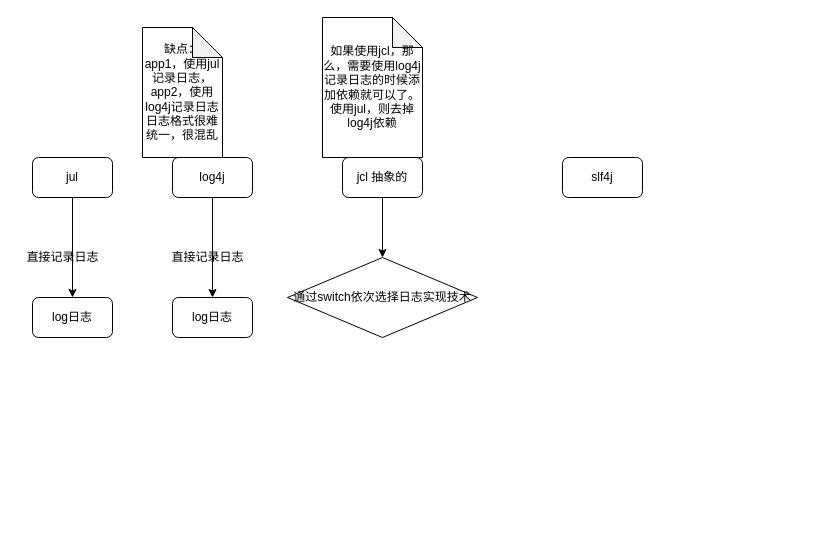
Before: 日志框架.drawio in Joelovealonge/note, a draw.io diagram. Source tidied: cells renumbered, new cells numbered last; positions are measured from the earlier drawing's top-left corner, leaving out a move shared by most shapes. Both pictures are drawn from the tidied source at 100%, with x=0, y=0 at pixel (17, 17).
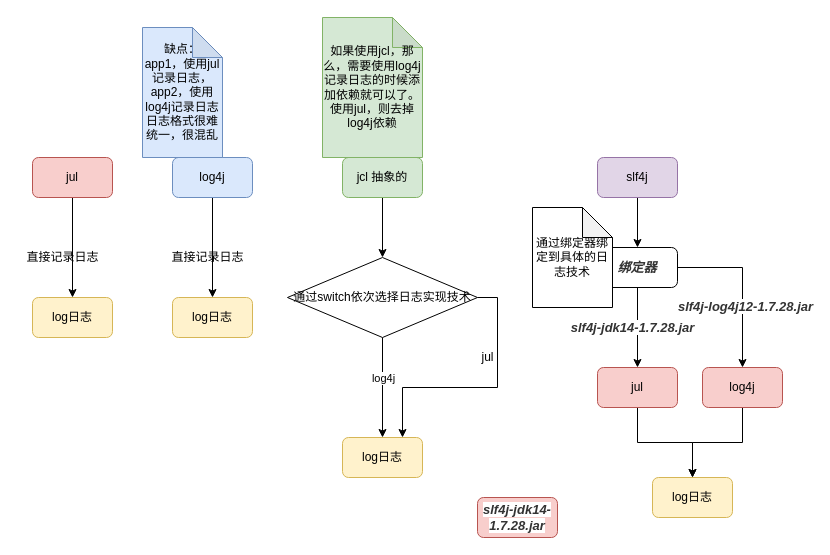
The same page after the edit.

Commit message (it also covers changes not shown here):
更新日志框架.drawio

Unchanged cells that the change refers to:
```xml
<mxCell id="12" value="通过switch依次选择日志实现技术" style="rhombus;whiteSpace=wrap;html=1;" parent="1" vertex="1">
  <mxGeometry x="270" y="240" width="190" height="80" as="geometry" />
</mxCell>
```

What changed in the source:
```diff
@@
-    <mxCell id="3" value="jul" style="rounded=1;whiteSpace=wrap;html=1;" parent="1" vertex="1">
+    <mxCell id="3" value="jul" style="rounded=1;whiteSpace=wrap;html=1;fillColor=#f8cecc;strokeColor=#b85450;" parent="1" vertex="1">
       <mxGeometry x="15" y="140" width="80" height="40" as="geometry" />
     </mxCell>
@@
+    <mxCell id="16" style="edgeStyle=orthogonalEdgeStyle;rounded=0;jettySize=auto;html=1;fillColor=#d5e8d4;strokeColor=#82b366;" parent="1" edge="1" source="5" target="14">
+      <mxGeometry relative="1" as="geometry" />
+    </mxCell>
-    <mxCell id="5" value="jcl 抽象的" style="rounded=1;whiteSpace=wrap;html=1;" parent="1" vertex="1">
+    <mxCell id="5" value="jcl 抽象的" style="rounded=1;whiteSpace=wrap;html=1;fillColor=#d5e8d4;strokeColor=#82b366;" parent="1" vertex="1">
       <mxGeometry x="325" y="140" width="80" height="40" as="geometry" />
     </mxCell>
@@
-    <mxCell id="7" value="log4j" style="rounded=1;whiteSpace=wrap;html=1;" parent="1" vertex="1">
+    <mxCell id="7" value="log4j" style="rounded=1;whiteSpace=wrap;html=1;fillColor=#dae8fc;strokeColor=#6c8ebf;" parent="1" vertex="1">
       <mxGeometry x="155" y="140" width="80" height="40" as="geometry" />
     </mxCell>
-    <mxCell id="8" value="log日志" style="rounded=1;whiteSpace=wrap;html=1;" parent="1" vertex="1">
+    <mxCell id="8" value="log日志" style="rounded=1;whiteSpace=wrap;html=1;fillColor=#fff2cc;strokeColor=#d6b656;" parent="1" vertex="1">
       <mxGeometry x="15" y="280" width="80" height="40" as="geometry" />
     </mxCell>
-    <mxCell id="9" value="log日志" style="rounded=1;whiteSpace=wrap;html=1;" parent="1" vertex="1">
+    <mxCell id="9" value="log日志" style="rounded=1;whiteSpace=wrap;html=1;fillColor=#fff2cc;strokeColor=#d6b656;" parent="1" vertex="1">
       <mxGeometry x="155" y="280" width="80" height="40" as="geometry" />
     </mxCell>
@@
+    <mxCell id="17" style="edgeStyle=orthogonalEdgeStyle;rounded=0;jettySize=auto;html=1;" parent="1" edge="1" source="12" target="28">
+      <mxGeometry relative="1" as="geometry" />
+    </mxCell>
+    <mxCell id="18" value="log4j" style="edgeLabel;html=1;align=center;verticalAlign=middle;" parent="17" vertex="1">
+      <mxGeometry x="-0.21" relative="1" as="geometry" />
+    </mxCell>
+    <mxCell id="19" style="edgeStyle=orthogonalEdgeStyle;rounded=0;jettySize=auto;html=1;entryX=0.75;entryY=0;entryDx=0;entryDy=0;exitX=1;exitY=0.5;exitDx=0;exitDy=0;" parent="1" edge="1" source="12" target="28">
+      <mxGeometry relative="1" as="geometry" />
+    </mxCell>
@@
-    <mxCell id="13" value="缺点：&lt;br&gt;app1，使用jul记录日志，&lt;br&gt;app2，使用log4j记录日志&lt;br&gt;日志格式很难统一，很混乱" style="shape=note;whiteSpace=wrap;html=1;backgroundOutline=1;darkOpacity=0.05;" parent="1" vertex="1">
+    <mxCell id="13" value="缺点：&lt;br&gt;app1，使用jul记录日志，&lt;br&gt;app2，使用log4j记录日志&lt;br&gt;日志格式很难统一，很混乱" style="shape=note;whiteSpace=wrap;html=1;backgroundOutline=1;darkOpacity=0.05;fillColor=#dae8fc;strokeColor=#6c8ebf;" parent="1" vertex="1">
       <mxGeometry x="125" y="10" width="80" height="130" as="geometry" />
     </mxCell>
-    <mxCell id="14" value="如果使用jcl，那么，需要使用log4j记录日志的时候添加依赖就可以了。使用jul，则去掉log4j依赖" style="shape=note;whiteSpace=wrap;html=1;backgroundOutline=1;darkOpacity=0.05;" parent="1" vertex="1">
+    <mxCell id="14" value="如果使用jcl，那么，需要使用log4j记录日志的时候添加依赖就可以了。使用jul，则去掉log4j依赖" style="shape=note;whiteSpace=wrap;html=1;backgroundOutline=1;darkOpacity=0.05;fillColor=#d5e8d4;strokeColor=#82b366;" parent="1" vertex="1">
       <mxGeometry x="305" width="100" height="140" as="geometry" />
     </mxCell>
+    <mxCell id="20" style="edgeStyle=orthogonalEdgeStyle;rounded=0;jettySize=auto;html=1;entryX=0.5;entryY=0;entryDx=0;entryDy=0;" parent="1" edge="1" source="15" target="24">
+      <mxGeometry relative="1" as="geometry" />
+    </mxCell>
-    <mxCell id="15" value="slf4j" style="rounded=1;whiteSpace=wrap;html=1;" parent="1" vertex="1">
-      <mxGeometry x="545" y="140" width="80" height="40" as="geometry" />
+    <mxCell id="15" value="slf4j" style="rounded=1;whiteSpace=wrap;html=1;fillColor=#e1d5e7;strokeColor=#9673a6;" parent="1" vertex="1">
+      <mxGeometry x="580" y="140" width="80" height="40" as="geometry" />
     </mxCell>
+    <mxCell id="21" style="edgeStyle=orthogonalEdgeStyle;rounded=0;jettySize=auto;html=1;" parent="1" edge="1" source="24" target="26">
+      <mxGeometry relative="1" as="geometry" />
+    </mxCell>
+    <mxCell id="22" style="edgeStyle=orthogonalEdgeStyle;rounded=0;jettySize=auto;html=1;" parent="1" edge="1" source="24" target="32">
+      <mxGeometry relative="1" as="geometry" />
+    </mxCell>
+    <mxCell id="23" value="&lt;em style=&quot;color: rgb(51 , 51 , 51) ; font-family: &amp;#34;verdana&amp;#34; , &amp;#34;arial&amp;#34; , , sans-serif ; font-size: small ; font-weight: 700&quot;&gt;slf4j-log4j12-1.7.28.jar&lt;/em&gt;" style="edgeLabel;html=1;align=center;verticalAlign=middle;" parent="22" vertex="1">
+      <mxGeometry x="0.25" y="2" relative="1" as="geometry" />
+    </mxCell>
+    <mxCell id="24" value="&lt;em style=&quot;color: rgb(51 , 51 , 51) ; font-family: &amp;#34;verdana&amp;#34; , &amp;#34;arial&amp;#34; , , sans-serif ; font-size: small ; font-weight: 700 ; background-color: rgb(255 , 255 , 255)&quot;&gt;绑定器&lt;/em&gt;" style="rounded=1;whiteSpace=wrap;html=1;" parent="1" vertex="1">
+      <mxGeometry x="580" y="230" width="80" height="40" as="geometry" />
+    </mxCell>
+    <mxCell id="25" style="edgeStyle=orthogonalEdgeStyle;rounded=0;jettySize=auto;html=1;" parent="1" edge="1" source="26" target="29">
+      <mxGeometry relative="1" as="geometry" />
+    </mxCell>
+    <mxCell id="26" value="jul" style="rounded=1;whiteSpace=wrap;html=1;fillColor=#f8cecc;strokeColor=#b85450;" parent="1" vertex="1">
+      <mxGeometry x="580" y="350" width="80" height="40" as="geometry" />
+    </mxCell>
+    <mxCell id="27" value="通过绑定器绑定到具体的日志技术" style="shape=note;whiteSpace=wrap;html=1;backgroundOutline=1;darkOpacity=0.05;" parent="1" vertex="1">
+      <mxGeometry x="515" y="190" width="80" height="100" as="geometry" />
+    </mxCell>
+    <mxCell id="28" value="log日志" style="rounded=1;whiteSpace=wrap;html=1;fillColor=#fff2cc;strokeColor=#d6b656;" parent="1" vertex="1">
+      <mxGeometry x="325" y="420" width="80" height="40" as="geometry" />
+    </mxCell>
+    <mxCell id="29" value="log日志" style="rounded=1;whiteSpace=wrap;html=1;fillColor=#fff2cc;strokeColor=#d6b656;" parent="1" vertex="1">
+      <mxGeometry x="635" y="460" width="80" height="40" as="geometry" />
+    </mxCell>
+    <mxCell id="30" value="&lt;em style=&quot;color: rgb(51 , 51 , 51) ; font-size: small ; font-weight: 700 ; background-color: rgb(255 , 255 , 255)&quot;&gt;slf4j-jdk14-1.7.28.jar&lt;/em&gt;" style="rounded=1;whiteSpace=wrap;html=1;fillColor=#f8cecc;strokeColor=#b85450;" parent="1" vertex="1">
+      <mxGeometry x="460" y="480" width="80" height="40" as="geometry" />
+    </mxCell>
+    <mxCell id="31" style="edgeStyle=orthogonalEdgeStyle;rounded=0;jettySize=auto;html=1;entryX=0.5;entryY=0;entryDx=0;entryDy=0;" parent="1" edge="1" source="32" target="29">
+      <mxGeometry relative="1" as="geometry" />
+    </mxCell>
+    <mxCell id="32" value="log4j" style="rounded=1;whiteSpace=wrap;html=1;fillColor=#f8cecc;strokeColor=#b85450;" parent="1" vertex="1">
+      <mxGeometry x="685" y="350" width="80" height="40" as="geometry" />
+    </mxCell>
+    <mxCell id="33" value="&lt;em style=&quot;color: rgb(51 , 51 , 51) ; font-size: small ; font-weight: 700 ; background-color: rgb(255 , 255 , 255)&quot;&gt;slf4j-jdk14-1.7.28.jar&lt;/em&gt;" style="text;html=1;align=center;verticalAlign=middle;strokeColor=none;" parent="1" vertex="1">
+      <mxGeometry x="545" y="300" width="140" height="20" as="geometry" />
+    </mxCell>
+    <mxCell id="34" value="jul" style="text;html=1;align=center;verticalAlign=middle;strokeColor=none;" parent="1" vertex="1">
+      <mxGeometry x="455" y="330" width="30" height="20" as="geometry" />
+    </mxCell>
```
